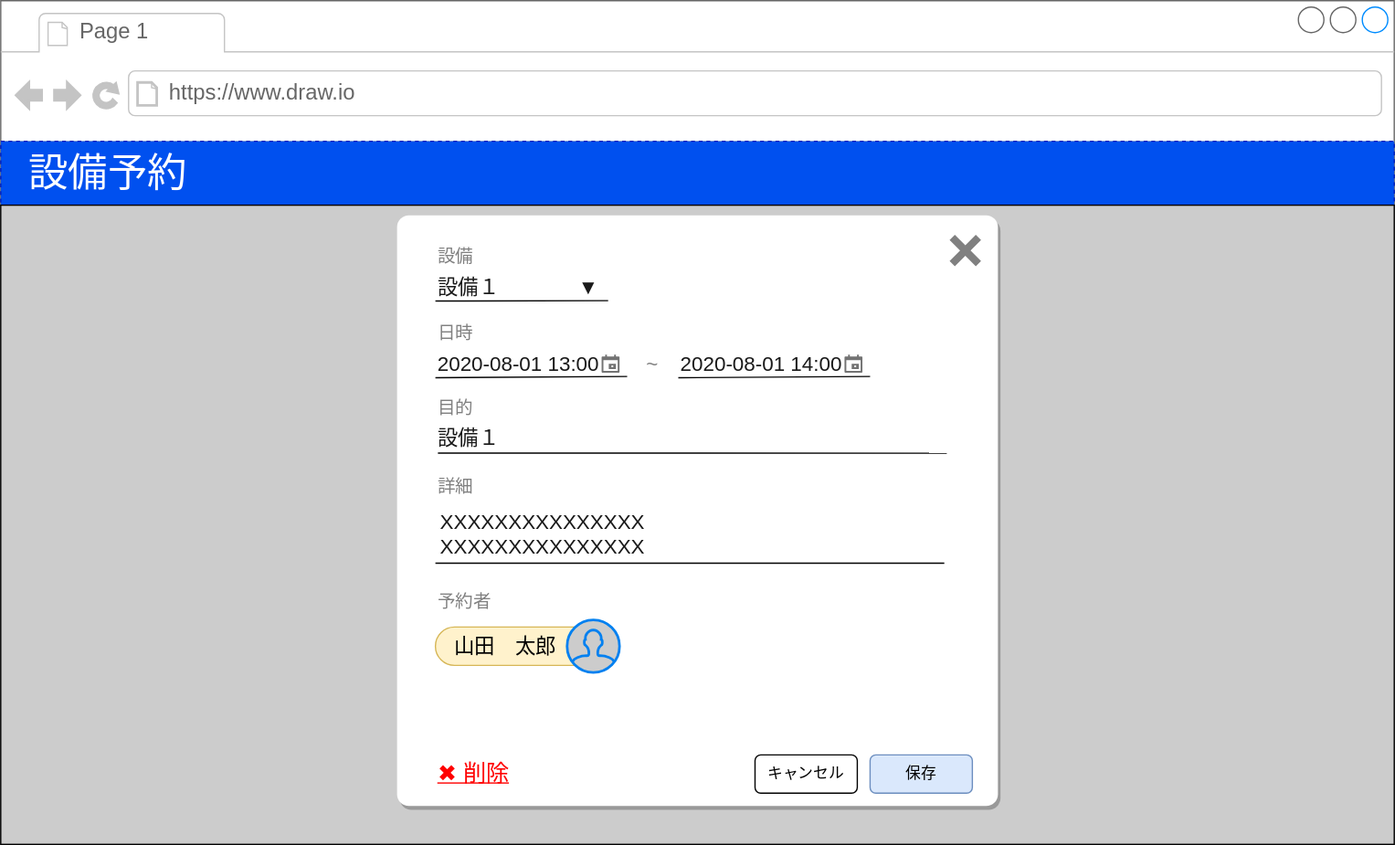
The draw.io diagram docs/reserve-detail.drawio.svg in ebi311/facility-reservation, before a commit. Source tidied: cells renumbered, new cells last; positions are measured from the earlier drawing's top-left corner, leaving out a move shared by most shapes.
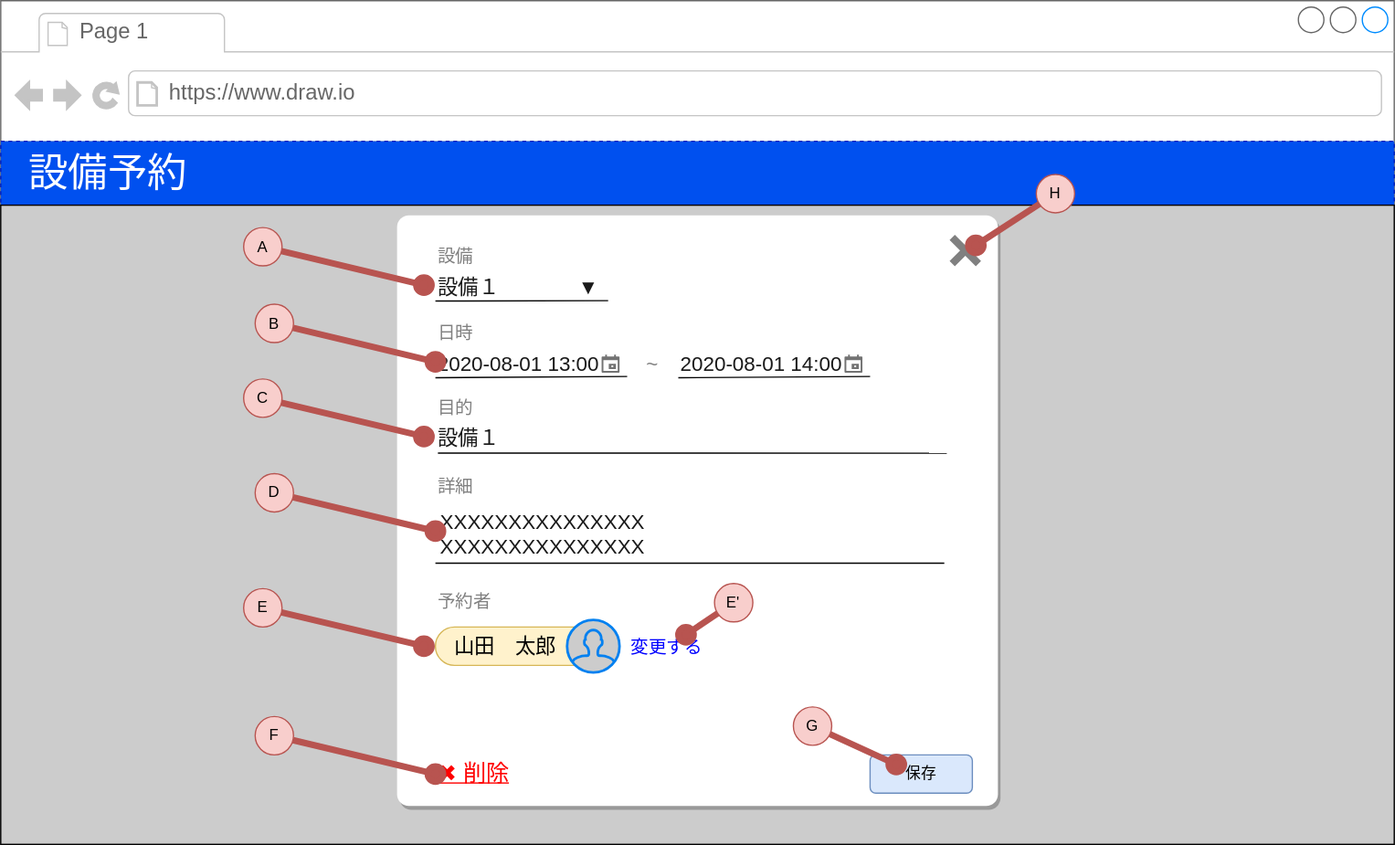
Above is the later version.

What changed in the source:
```diff
@@ -107,11 +107,79 @@
     <mxCell id="31" value="保存" style="rounded=1;whiteSpace=wrap;html=1;fillColor=#dae8fc;strokeColor=#6c8ebf;" parent="1" vertex="1">
       <mxGeometry x="680" y="590" width="80" height="30" as="geometry" />
     </mxCell>
-    <mxCell id="32" value="キャンセル" style="rounded=1;whiteSpace=wrap;html=1;" parent="1" vertex="1">
-      <mxGeometry x="590" y="590" width="80" height="30" as="geometry" />
-    </mxCell>
     <mxCell id="33" value="✖ 削除" style="text;html=1;strokeColor=none;fillColor=none;align=center;verticalAlign=middle;whiteSpace=wrap;rounded=0;fontSize=18;fontStyle=4;fontColor=#FF0000;" parent="1" vertex="1">
       <mxGeometry x="340" y="595" width="60" height="20" as="geometry" />
     </mxCell>
+    <mxCell id="34" value="A" style="ellipse;whiteSpace=wrap;html=1;align=center;fillColor=#f8cecc;strokeColor=#b85450;" parent="1" vertex="1">
+      <mxGeometry x="190" y="177.5" width="30" height="30" as="geometry" />
+    </mxCell>
+    <mxCell id="35" style="endArrow=oval;html=1;endFill=1;fillColor=#f8cecc;strokeColor=#b85450;strokeWidth=5;endSize=12;startSize=12;entryX=0.26;entryY=0.5;entryDx=0;entryDy=0;entryPerimeter=0;" parent="1" edge="1" source="34">
+      <mxGeometry relative="1" as="geometry">
+        <mxPoint x="331" y="222.5" as="targetPoint" />
+      </mxGeometry>
+    </mxCell>
+    <mxCell id="36" value="B" style="ellipse;whiteSpace=wrap;html=1;align=center;fillColor=#f8cecc;strokeColor=#b85450;" parent="1" vertex="1">
+      <mxGeometry x="199" y="237.5" width="30" height="30" as="geometry" />
+    </mxCell>
+    <mxCell id="37" style="endArrow=oval;html=1;endFill=1;fillColor=#f8cecc;strokeColor=#b85450;strokeWidth=5;endSize=12;startSize=12;entryX=0.26;entryY=0.5;entryDx=0;entryDy=0;entryPerimeter=0;" parent="1" edge="1" source="36">
+      <mxGeometry relative="1" as="geometry">
+        <mxPoint x="340" y="282.5" as="targetPoint" />
+      </mxGeometry>
+    </mxCell>
+    <mxCell id="38" value="C" style="ellipse;whiteSpace=wrap;html=1;align=center;fillColor=#f8cecc;strokeColor=#b85450;" parent="1" vertex="1">
+      <mxGeometry x="190" y="296" width="30" height="30" as="geometry" />
+    </mxCell>
+    <mxCell id="39" style="endArrow=oval;html=1;endFill=1;fillColor=#f8cecc;strokeColor=#b85450;strokeWidth=5;endSize=12;startSize=12;entryX=0.26;entryY=0.5;entryDx=0;entryDy=0;entryPerimeter=0;" parent="1" edge="1" source="38">
+      <mxGeometry relative="1" as="geometry">
+        <mxPoint x="331" y="341" as="targetPoint" />
+      </mxGeometry>
+    </mxCell>
+    <mxCell id="40" value="D" style="ellipse;whiteSpace=wrap;html=1;align=center;fillColor=#f8cecc;strokeColor=#b85450;" parent="1" vertex="1">
+      <mxGeometry x="199" y="370" width="30" height="30" as="geometry" />
+    </mxCell>
+    <mxCell id="41" style="endArrow=oval;html=1;endFill=1;fillColor=#f8cecc;strokeColor=#b85450;strokeWidth=5;endSize=12;startSize=12;entryX=0.26;entryY=0.5;entryDx=0;entryDy=0;entryPerimeter=0;" parent="1" edge="1" source="40">
+      <mxGeometry relative="1" as="geometry">
+        <mxPoint x="340" y="415" as="targetPoint" />
+      </mxGeometry>
+    </mxCell>
+    <mxCell id="42" value="E" style="ellipse;whiteSpace=wrap;html=1;align=center;fillColor=#f8cecc;strokeColor=#b85450;" parent="1" vertex="1">
+      <mxGeometry x="190" y="460" width="30" height="30" as="geometry" />
+    </mxCell>
+    <mxCell id="43" style="endArrow=oval;html=1;endFill=1;fillColor=#f8cecc;strokeColor=#b85450;strokeWidth=5;endSize=12;startSize=12;entryX=0.26;entryY=0.5;entryDx=0;entryDy=0;entryPerimeter=0;" parent="1" edge="1" source="42">
+      <mxGeometry relative="1" as="geometry">
+        <mxPoint x="331" y="505" as="targetPoint" />
+      </mxGeometry>
+    </mxCell>
+    <mxCell id="44" value="F" style="ellipse;whiteSpace=wrap;html=1;align=center;fillColor=#f8cecc;strokeColor=#b85450;" parent="1" vertex="1">
+      <mxGeometry x="199" y="560" width="30" height="30" as="geometry" />
+    </mxCell>
+    <mxCell id="45" style="endArrow=oval;html=1;endFill=1;fillColor=#f8cecc;strokeColor=#b85450;strokeWidth=5;endSize=12;startSize=12;entryX=0.26;entryY=0.5;entryDx=0;entryDy=0;entryPerimeter=0;" parent="1" edge="1" source="44">
+      <mxGeometry relative="1" as="geometry">
+        <mxPoint x="340" y="605" as="targetPoint" />
+      </mxGeometry>
+    </mxCell>
+    <mxCell id="46" value="G" style="ellipse;whiteSpace=wrap;html=1;align=center;fillColor=#f8cecc;strokeColor=#b85450;" parent="1" vertex="1">
+      <mxGeometry x="620" y="552.5" width="30" height="30" as="geometry" />
+    </mxCell>
+    <mxCell id="47" style="endArrow=oval;html=1;endFill=1;fillColor=#f8cecc;strokeColor=#b85450;strokeWidth=5;endSize=12;startSize=12;entryX=0.26;entryY=0.5;entryDx=0;entryDy=0;entryPerimeter=0;" parent="1" edge="1" source="46">
+      <mxGeometry relative="1" as="geometry">
+        <mxPoint x="700.5" y="597.5" as="targetPoint" />
+      </mxGeometry>
+    </mxCell>
+    <mxCell id="48" value="H" style="ellipse;whiteSpace=wrap;html=1;align=center;fillColor=#f8cecc;strokeColor=#b85450;" parent="1" vertex="1">
+      <mxGeometry x="810" y="136" width="30" height="30" as="geometry" />
+    </mxCell>
+    <mxCell id="49" style="endArrow=oval;html=1;endFill=1;fillColor=#f8cecc;strokeColor=#b85450;strokeWidth=5;endSize=12;startSize=12;entryX=0;entryY=0;entryDx=17.4;entryDy=5.8;entryPerimeter=0;" parent="1" edge="1" source="48" target="30">
+      <mxGeometry relative="1" as="geometry" />
+    </mxCell>
+    <mxCell id="50" value="変更する" style="text;html=1;strokeColor=none;fillColor=none;align=left;verticalAlign=middle;whiteSpace=wrap;rounded=0;fontSize=14;fontColor=#0000FF;fontStyle=0;" parent="1" vertex="1">
+      <mxGeometry x="491" y="496" width="60" height="20" as="geometry" />
+    </mxCell>
+    <mxCell id="51" value="E'" style="ellipse;whiteSpace=wrap;html=1;align=center;fillColor=#f8cecc;strokeColor=#b85450;" parent="1" vertex="1">
+      <mxGeometry x="558.3" y="456" width="30" height="30" as="geometry" />
+    </mxCell>
+    <mxCell id="52" style="endArrow=oval;html=1;endFill=1;fillColor=#f8cecc;strokeColor=#b85450;strokeWidth=5;endSize=12;startSize=12;entryX=0.75;entryY=0;entryDx=0;entryDy=0;" parent="1" edge="1" source="51" target="50">
+      <mxGeometry relative="1" as="geometry" />
+    </mxCell>
   </root>
 </mxGraphModel>
```
